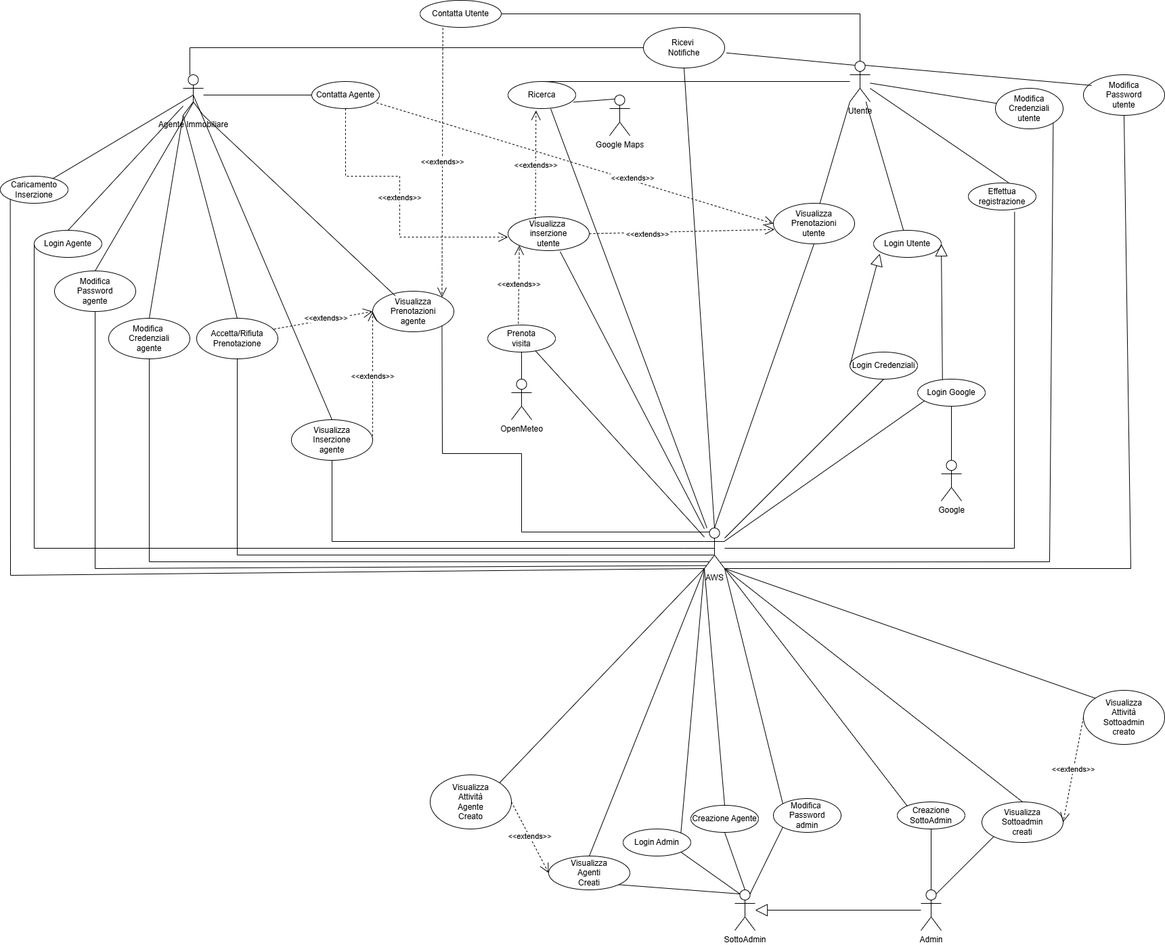
The draw.io diagram template use case.drawio.png in gian-o-land/Lavoro-progetto-Ingsw, before a commit. Source tidied: cells renumbered, new cells last; positions are measured from the earlier drawing's top-left corner, leaving out a move shared by most shapes.
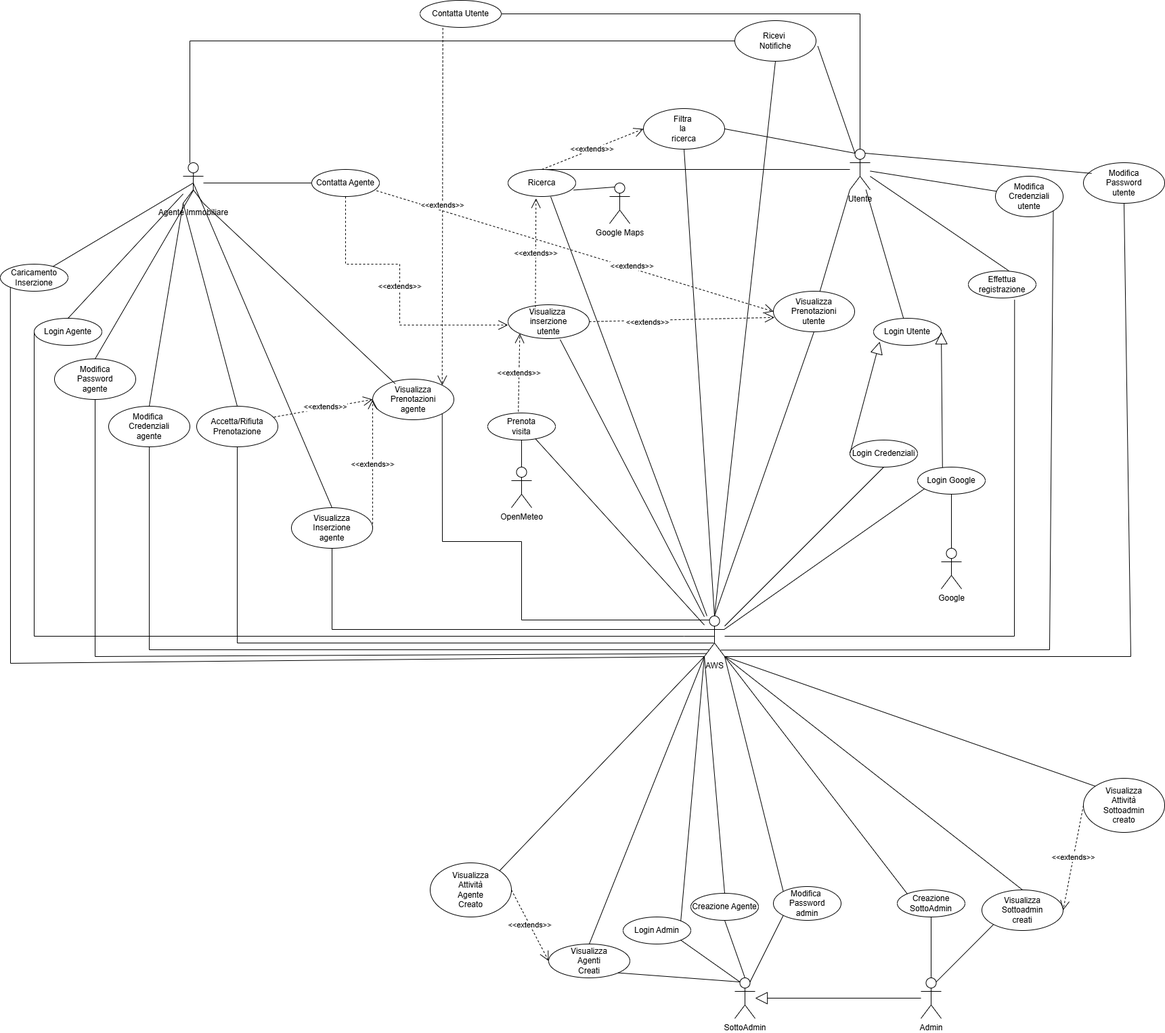
The same file after the commit.

What changed in the source:
```diff
@@ -197,7 +197,7 @@
       <mxGeometry x="0.28" y="3" relative="1" as="geometry" />
     </mxCell>
     <mxCell id="60" value="Ricevi&amp;nbsp;&lt;div&gt;Notifiche&lt;/div&gt;" style="ellipse;whiteSpace=wrap;html=1;" parent="1" vertex="1">
-      <mxGeometry x="950" y="40" width="120" height="60" as="geometry" />
+      <mxGeometry x="1085" y="-100" width="120" height="60" as="geometry" />
     </mxCell>
     <mxCell id="61" style="endArrow=none;html=1;rounded=0;entryX=0.5;entryY=1;entryDx=0;entryDy=0;exitX=0.5;exitY=0;exitDx=0;exitDy=0;exitPerimeter=0;" parent="1" edge="1" source="26" target="60">
       <mxGeometry relative="1" as="geometry" />
@@ -208,7 +208,7 @@
     <mxCell id="63" style="endArrow=none;html=1;rounded=0;exitX=0.333;exitY=0.007;exitDx=0;exitDy=0;exitPerimeter=0;entryX=0;entryY=0.5;entryDx=0;entryDy=0;" parent="1" edge="1" source="4" target="60">
       <mxGeometry relative="1" as="geometry">
         <Array as="points">
-          <mxPoint x="280" y="70" />
+          <mxPoint x="280" y="-70" />
         </Array>
       </mxGeometry>
     </mxCell>
@@ -219,7 +219,7 @@
       <mxGeometry relative="1" as="geometry" />
     </mxCell>
     <mxCell id="66" value="Contatta Utente" style="ellipse;whiteSpace=wrap;html=1;" parent="1" vertex="1">
-      <mxGeometry x="620" width="120" height="40" as="geometry" />
+      <mxGeometry x="620" y="-130" width="120" height="40" as="geometry" />
     </mxCell>
     <mxCell id="67" value="&amp;lt;&amp;lt;extends&amp;gt;&amp;gt;" style="endArrow=open;endSize=12;dashed=1;html=1;rounded=0;exitX=0.281;exitY=1.022;exitDx=0;exitDy=0;exitPerimeter=0;entryX=1;entryY=0;entryDx=0;entryDy=0;" parent="1" edge="1" source="66" target="64">
       <mxGeometry x="-0.01" relative="1" as="geometry" />
@@ -227,7 +227,7 @@
     <mxCell id="68" style="endArrow=none;html=1;rounded=0;entryX=0.5;entryY=0;entryDx=0;entryDy=0;entryPerimeter=0;exitX=1;exitY=0.5;exitDx=0;exitDy=0;" parent="1" edge="1" source="66" target="3">
       <mxGeometry relative="1" as="geometry">
         <Array as="points">
-          <mxPoint x="1270" y="20" />
+          <mxPoint x="1270" y="-110" />
         </Array>
       </mxGeometry>
     </mxCell>
@@ -361,5 +361,17 @@
     <mxCell id="101" style="endArrow=none;html=1;rounded=0;exitX=1;exitY=0;exitDx=0;exitDy=0;entryX=0;entryY=1;entryDx=0;entryDy=0;entryPerimeter=0;" parent="1" edge="1" source="92" target="26">
       <mxGeometry relative="1" as="geometry" />
     </mxCell>
+    <mxCell id="102" value="Filtra&amp;nbsp;&lt;div&gt;la&amp;nbsp;&lt;/div&gt;&lt;div&gt;ricerca&lt;/div&gt;" style="ellipse;whiteSpace=wrap;html=1;" parent="1" vertex="1">
+      <mxGeometry x="950" y="30" width="120" height="60" as="geometry" />
+    </mxCell>
+    <mxCell id="103" value="&amp;lt;&amp;lt;extends&amp;gt;&amp;gt;" style="endArrow=open;endSize=12;dashed=1;html=1;rounded=0;exitX=0.5;exitY=0;exitDx=0;exitDy=0;entryX=0;entryY=0.5;entryDx=0;entryDy=0;" parent="1" edge="1" source="16" target="102">
+      <mxGeometry x="-0.01" relative="1" as="geometry" />
+    </mxCell>
+    <mxCell id="104" style="endArrow=none;html=1;rounded=0;entryX=0.25;entryY=0.1;entryDx=0;entryDy=0;entryPerimeter=0;exitX=1;exitY=0.5;exitDx=0;exitDy=0;" parent="1" edge="1" source="102" target="3">
+      <mxGeometry relative="1" as="geometry" />
+    </mxCell>
+    <mxCell id="105" style="endArrow=none;html=1;rounded=0;entryX=0.5;entryY=1;entryDx=0;entryDy=0;exitX=0.5;exitY=0;exitDx=0;exitDy=0;exitPerimeter=0;" parent="1" edge="1" source="26" target="102">
+      <mxGeometry relative="1" as="geometry" />
+    </mxCell>
   </root>
 </mxGraphModel>
```
